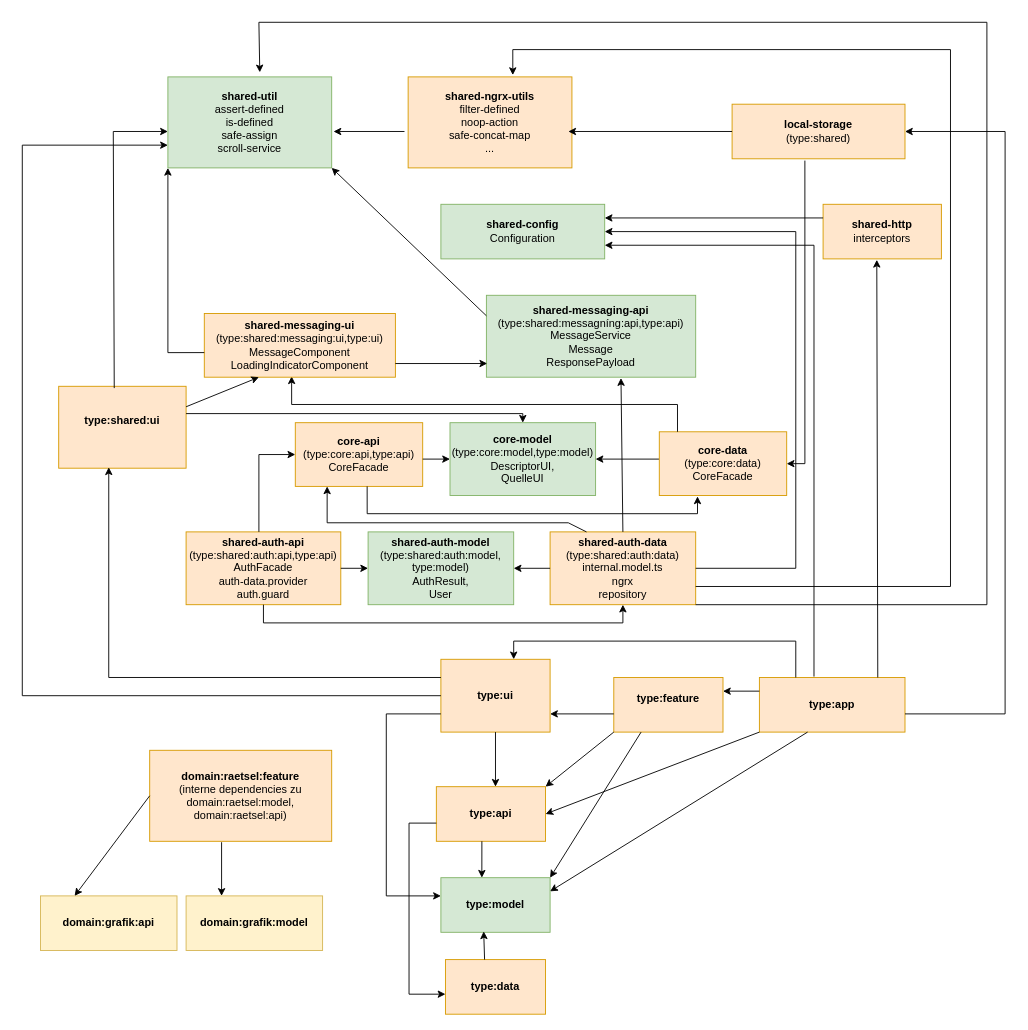
heike2718/mathe-jung-alt keeps this draw.io diagram as frontend/documentation/dependency-rules.drawio. Above is the earlier version. Source tidied: cells renumbered, new cells numbered last; positions are measured from the earlier drawing's top-left corner, leaving out a move shared by most shapes. Both pictures are drawn from the tidied source at 91%, with x=0, y=0 at pixel (22, 22).
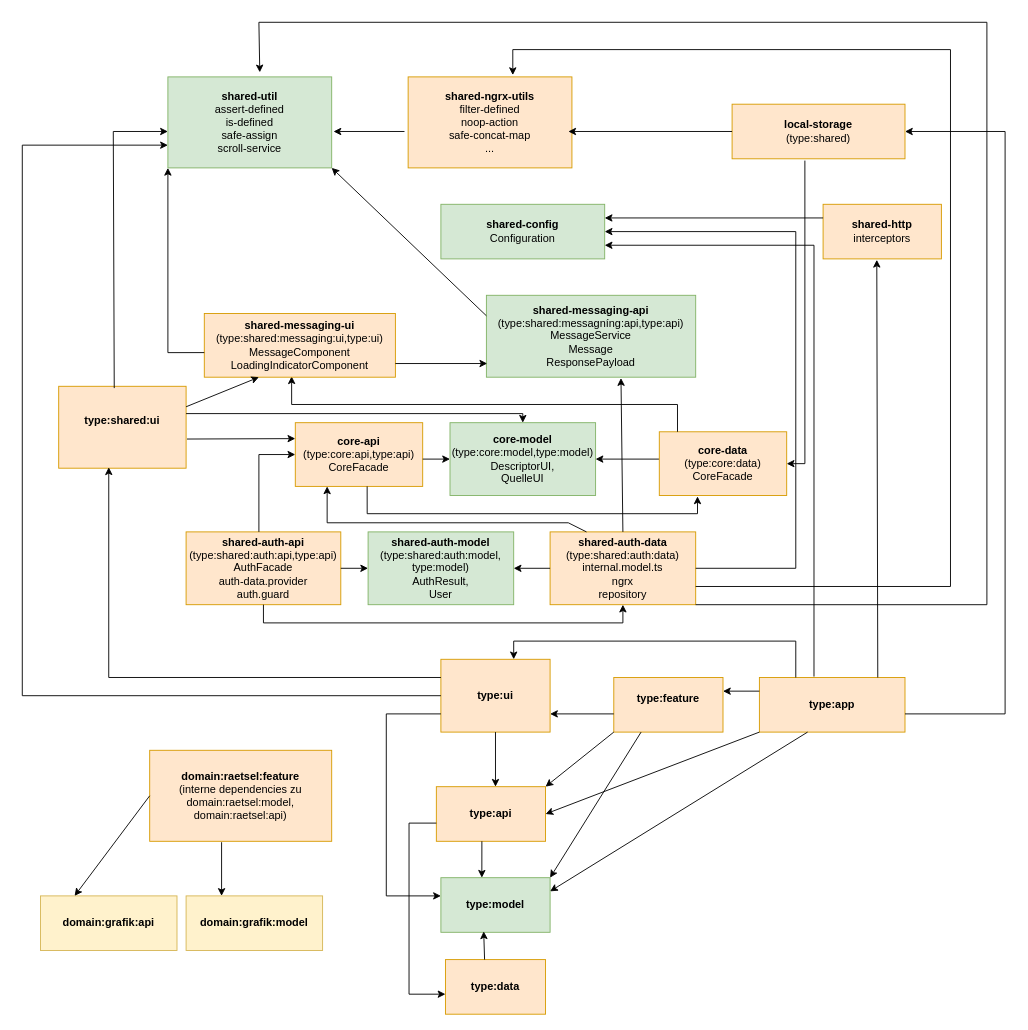
After the change.

Commit message (it also covers changes not shown here):
verstoß gegen linting rules behoben

The change refers to these unchanged cells:
```xml
<mxCell id="17" value="&lt;b&gt;core-api&lt;br&gt;&lt;/b&gt;(type:core:api,type:api)&lt;br&gt;CoreFacade" style="rounded=0;whiteSpace=wrap;html=1;fillColor=#ffe6cc;strokeColor=#d79b00;" parent="1" vertex="1">
  <mxGeometry x="300" y="440" width="140" height="70" as="geometry" />
</mxCell>
<mxCell id="47" value="&lt;b&gt;type:shared:ui&lt;br&gt;&lt;/b&gt;&lt;b&gt;&lt;br&gt;&lt;/b&gt;" style="rounded=0;whiteSpace=wrap;html=1;fillColor=#ffe6cc;strokeColor=#d79b00;" parent="1" vertex="1">
  <mxGeometry x="40" y="400" width="140" height="90" as="geometry" />
</mxCell>
```

What changed in the source:
```diff
@@
+    <mxCell id="67" style="endArrow=classic;html=1;rounded=0;exitX=1.007;exitY=0.644;exitDx=0;exitDy=0;exitPerimeter=0;entryX=0;entryY=0.25;entryDx=0;entryDy=0;" parent="1" edge="1" source="47" target="17">
+      <mxGeometry relative="1" as="geometry" />
+    </mxCell>
```
